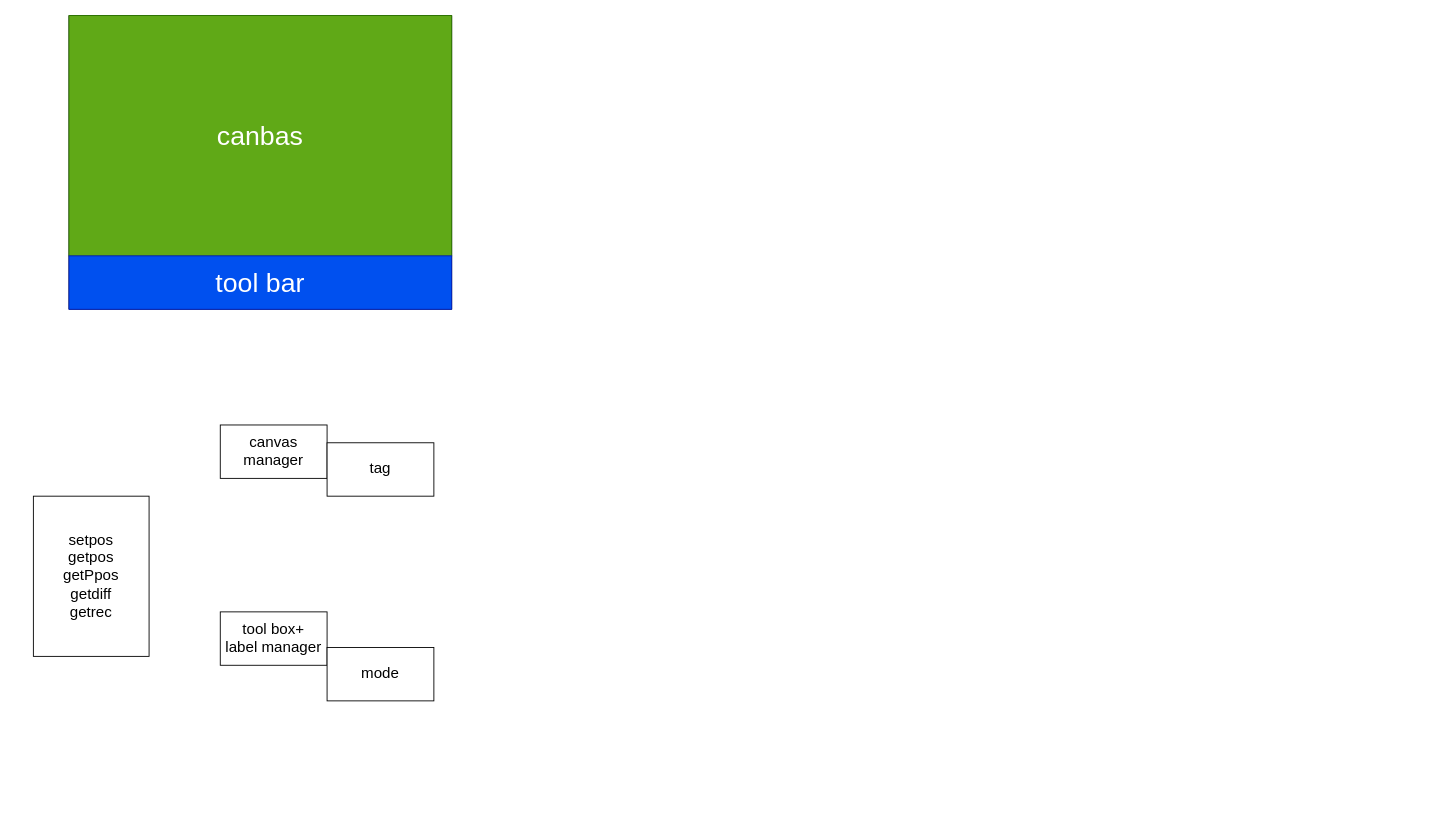
The draw.io diagram page "図形描画ソフト" (2 of 2) of UI.dio in ren255/tkShapeDrawer, before the edit. Source tidied: cells renumbered, new cells numbered last; positions are measured from the earlier drawing's top-left corner, leaving out a move shared by most shapes. Both pictures are drawn from the tidied source at 89%, with x=0, y=0 at pixel (33, 15).
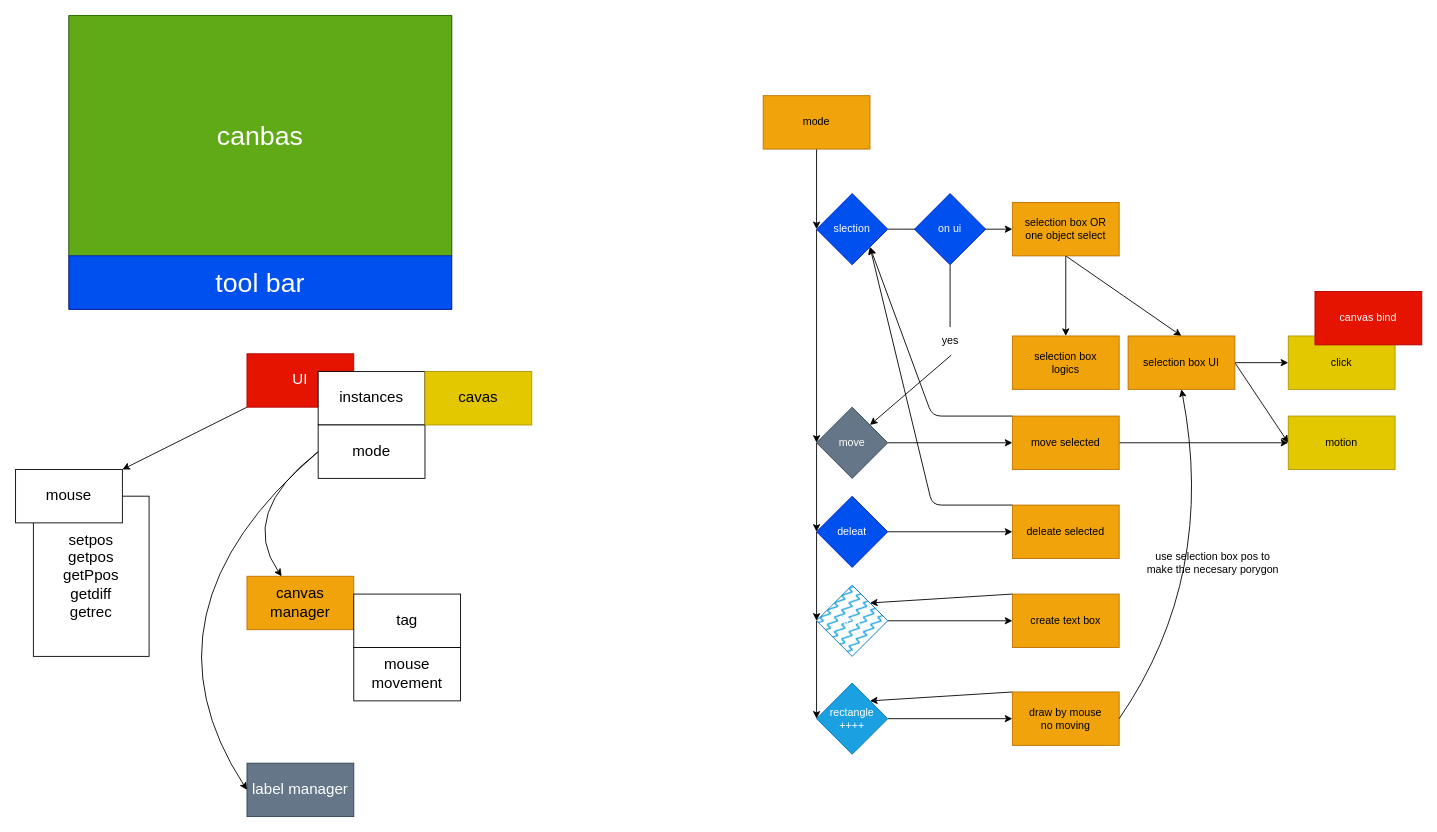
Above is the later version.

Commit message (it also covers changes not shown here):
save before implement canvas bind

Change to the diagram source:
```diff
@@
-    <mxCell id="5" value="tool box+&lt;br&gt;label manager" style="whiteSpace=wrap;html=1;fontSize=17;" parent="1" vertex="1">
-      <mxGeometry x="210" y="670" width="120" height="60" as="geometry" />
+    <mxCell id="5" value="label manager" style="whiteSpace=wrap;html=1;fontSize=17;fillColor=#647687;fontColor=#ffffff;strokeColor=#314354;" parent="1" vertex="1">
+      <mxGeometry x="240" y="840" width="120" height="60" as="geometry" />
     </mxCell>
@@
-    <mxCell id="7" value="canvas manager" style="whiteSpace=wrap;html=1;fontSize=17;" parent="1" vertex="1">
-      <mxGeometry x="210" y="460" width="120" height="60" as="geometry" />
+    <mxCell id="7" value="canvas manager" style="whiteSpace=wrap;html=1;fontSize=17;fillColor=#f0a30a;fontColor=#000000;strokeColor=#BD7000;" parent="1" vertex="1">
+      <mxGeometry x="240" y="630" width="120" height="60" as="geometry" />
     </mxCell>
+    <mxCell id="10" style="edgeStyle=none;html=1;curved=1;strokeColor=none;" parent="1" edge="1" target="7">
+      <mxGeometry relative="1" as="geometry">
+        <mxPoint x="405.6" y="880" as="sourcePoint" />
+      </mxGeometry>
+    </mxCell>
+    <mxCell id="9" value="tag" style="whiteSpace=wrap;html=1;fontSize=17;" parent="1" vertex="1">
+      <mxGeometry x="360" y="650" width="120" height="60" as="geometry" />
+    </mxCell>
+    <mxCell id="11" style="edgeStyle=none;html=1;exitX=0;exitY=1;exitDx=0;exitDy=0;entryX=1;entryY=0;entryDx=0;entryDy=0;" parent="1" edge="1" source="12" target="14">
+      <mxGeometry relative="1" as="geometry" />
+    </mxCell>
+    <mxCell id="12" value="UI" style="whiteSpace=wrap;html=1;fontSize=17;fillColor=#e51400;fontColor=#ffffff;strokeColor=#B20000;" parent="1" vertex="1">
+      <mxGeometry x="240" y="380" width="120" height="60" as="geometry" />
+    </mxCell>
+    <mxCell id="13" value="instances" style="whiteSpace=wrap;html=1;fontSize=17;" parent="1" vertex="1">
+      <mxGeometry x="320" y="400" width="120" height="60" as="geometry" />
+    </mxCell>
+    <mxCell id="14" value="mouse" style="whiteSpace=wrap;html=1;fontSize=17;" parent="1" vertex="1">
+      <mxGeometry x="-20" y="510" width="120" height="60" as="geometry" />
+    </mxCell>
+    <mxCell id="15" value="mouse movement" style="whiteSpace=wrap;html=1;fontSize=17;" parent="1" vertex="1">
+      <mxGeometry x="360" y="710" width="120" height="60" as="geometry" />
+    </mxCell>
+    <mxCell id="16" style="edgeStyle=none;html=1;exitX=0.5;exitY=1;exitDx=0;exitDy=0;entryX=0;entryY=0.5;entryDx=0;entryDy=0;" parent="1" edge="1" source="17" target="20">
+      <mxGeometry relative="1" as="geometry" />
+    </mxCell>
+    <mxCell id="17" value="mode" style="whiteSpace=wrap;html=1;fillColor=#f0a30a;fontColor=#000000;strokeColor=#BD7000;" parent="1" vertex="1">
+      <mxGeometry x="820" y="90" width="120" height="60" as="geometry" />
+    </mxCell>
+    <mxCell id="18" style="edgeStyle=none;html=1;exitX=0;exitY=0.5;exitDx=0;exitDy=0;entryX=0;entryY=0.5;entryDx=0;entryDy=0;" parent="1" edge="1" source="20" target="22">
+      <mxGeometry relative="1" as="geometry" />
+    </mxCell>
+    <mxCell id="19" style="edgeStyle=none;html=1;" parent="1" edge="1" source="20" target="36">
+      <mxGeometry relative="1" as="geometry" />
+    </mxCell>
+    <mxCell id="20" value="slection" style="rhombus;whiteSpace=wrap;html=1;fillColor=#0050ef;fontColor=#ffffff;strokeColor=#001DBC;" parent="1" vertex="1">
+      <mxGeometry x="880" y="200" width="80" height="80" as="geometry" />
+    </mxCell>
+    <mxCell id="21" style="edgeStyle=none;html=1;" parent="1" edge="1" source="22" target="39">
+      <mxGeometry relative="1" as="geometry" />
+    </mxCell>
+    <mxCell id="22" value="move" style="rhombus;whiteSpace=wrap;html=1;fillColor=#647687;fontColor=#ffffff;strokeColor=#314354;" parent="1" vertex="1">
+      <mxGeometry x="880" y="440" width="80" height="80" as="geometry" />
+    </mxCell>
+    <mxCell id="23" style="edgeStyle=none;html=1;entryX=0;entryY=0.5;entryDx=0;entryDy=0;exitX=0;exitY=0.5;exitDx=0;exitDy=0;" parent="1" edge="1" source="22" target="25">
+      <mxGeometry relative="1" as="geometry" />
+    </mxCell>
+    <mxCell id="24" style="edgeStyle=none;html=1;" parent="1" edge="1" source="25" target="41">
+      <mxGeometry relative="1" as="geometry" />
+    </mxCell>
+    <mxCell id="25" value="deleat" style="rhombus;whiteSpace=wrap;html=1;fillColor=#0050ef;fontColor=#ffffff;strokeColor=#001DBC;" parent="1" vertex="1">
+      <mxGeometry x="880" y="540" width="80" height="80" as="geometry" />
+    </mxCell>
+    <mxCell id="26" style="edgeStyle=none;html=1;entryX=0;entryY=0.5;entryDx=0;entryDy=0;exitX=0;exitY=0.5;exitDx=0;exitDy=0;" parent="1" edge="1" source="25" target="28">
+      <mxGeometry relative="1" as="geometry" />
+    </mxCell>
+    <mxCell id="27" style="edgeStyle=none;html=1;" parent="1" edge="1" source="28" target="43">
+      <mxGeometry relative="1" as="geometry" />
+    </mxCell>
+    <mxCell id="28" value="text" style="rhombus;whiteSpace=wrap;html=1;fillColor=#1ba1e2;fontColor=#ffffff;strokeColor=#006EAF;fillStyle=zigzag-line;" parent="1" vertex="1">
+      <mxGeometry x="880" y="640" width="80" height="80" as="geometry" />
+    </mxCell>
+    <mxCell id="29" style="edgeStyle=none;html=1;entryX=0;entryY=0.5;entryDx=0;entryDy=0;exitX=0;exitY=0.5;exitDx=0;exitDy=0;" parent="1" edge="1" source="28" target="31">
+      <mxGeometry relative="1" as="geometry" />
+    </mxCell>
+    <mxCell id="30" style="edgeStyle=none;html=1;" parent="1" edge="1" source="31" target="45">
+      <mxGeometry relative="1" as="geometry" />
+    </mxCell>
+    <mxCell id="31" value="rectangle&lt;br&gt;++++" style="rhombus;whiteSpace=wrap;html=1;fillColor=#1ba1e2;fontColor=#ffffff;strokeColor=#006EAF;" parent="1" vertex="1">
+      <mxGeometry x="880" y="750" width="80" height="80" as="geometry" />
+    </mxCell>
+    <mxCell id="32" style="edgeStyle=none;html=1;exitX=1;exitY=0.5;exitDx=0;exitDy=0;strokeColor=default;rounded=0;entryX=0;entryY=0.5;entryDx=0;entryDy=0;" parent="1" edge="1" source="53" target="50">
+      <mxGeometry relative="1" as="geometry" />
+    </mxCell>
+    <mxCell id="33" style="edgeStyle=none;rounded=0;html=1;exitX=1;exitY=0.5;exitDx=0;exitDy=0;entryX=0;entryY=0.5;entryDx=0;entryDy=0;strokeColor=default;" parent="1" edge="1" source="53" target="51">
+      <mxGeometry relative="1" as="geometry" />
+    </mxCell>
+    <mxCell id="34" style="edgeStyle=none;rounded=1;html=1;exitX=0.5;exitY=1;exitDx=0;exitDy=0;entryX=0.5;entryY=0;entryDx=0;entryDy=0;strokeColor=default;" parent="1" edge="1" source="36" target="54">
+      <mxGeometry relative="1" as="geometry" />
+    </mxCell>
+    <mxCell id="35" style="edgeStyle=none;rounded=1;html=1;exitX=0.5;exitY=1;exitDx=0;exitDy=0;entryX=0.5;entryY=0;entryDx=0;entryDy=0;strokeColor=default;" parent="1" edge="1" source="36" target="53">
+      <mxGeometry relative="1" as="geometry" />
+    </mxCell>
+    <mxCell id="36" value="selection box OR&lt;br&gt;one object select" style="whiteSpace=wrap;html=1;fillColor=#f0a30a;fontColor=#000000;strokeColor=#BD7000;" parent="1" vertex="1">
+      <mxGeometry x="1100" y="210" width="120" height="60" as="geometry" />
+    </mxCell>
+    <mxCell id="37" style="edgeStyle=none;rounded=1;html=1;exitX=1;exitY=0.5;exitDx=0;exitDy=0;entryX=0;entryY=0.5;entryDx=0;entryDy=0;strokeColor=default;" parent="1" edge="1" source="39" target="50">
+      <mxGeometry relative="1" as="geometry" />
+    </mxCell>
+    <mxCell id="38" style="edgeStyle=none;rounded=1;html=1;exitX=0;exitY=0;exitDx=0;exitDy=0;entryX=1;entryY=1;entryDx=0;entryDy=0;strokeColor=default;" parent="1" edge="1" source="39" target="20">
+      <mxGeometry relative="1" as="geometry">
+        <Array as="points">
+          <mxPoint x="1010" y="450" />
+        </Array>
+      </mxGeometry>
+    </mxCell>
+    <mxCell id="39" value="move selected" style="whiteSpace=wrap;html=1;fillColor=#f0a30a;fontColor=#000000;strokeColor=#BD7000;" parent="1" vertex="1">
+      <mxGeometry x="1100" y="450" width="120" height="60" as="geometry" />
+    </mxCell>
+    <mxCell id="40" style="edgeStyle=none;rounded=1;html=1;exitX=0;exitY=0;exitDx=0;exitDy=0;entryX=1;entryY=1;entryDx=0;entryDy=0;strokeColor=default;" parent="1" edge="1" source="41" target="20">
+      <mxGeometry relative="1" as="geometry">
+        <Array as="points">
+          <mxPoint x="1010" y="550" />
+        </Array>
+      </mxGeometry>
+    </mxCell>
+    <mxCell id="41" value="deleate selected" style="whiteSpace=wrap;html=1;fillColor=#f0a30a;fontColor=#000000;strokeColor=#BD7000;" parent="1" vertex="1">
+      <mxGeometry x="1100" y="550" width="120" height="60" as="geometry" />
+    </mxCell>
+    <mxCell id="42" style="edgeStyle=none;rounded=1;html=1;exitX=0;exitY=0;exitDx=0;exitDy=0;entryX=1;entryY=0;entryDx=0;entryDy=0;strokeColor=default;" parent="1" edge="1" source="43" target="28">
+      <mxGeometry relative="1" as="geometry" />
+    </mxCell>
+    <mxCell id="43" value="create text box" style="whiteSpace=wrap;html=1;fillColor=#f0a30a;fontColor=#000000;strokeColor=#BD7000;" parent="1" vertex="1">
+      <mxGeometry x="1100" y="650" width="120" height="60" as="geometry" />
+    </mxCell>
+    <mxCell id="44" style="edgeStyle=none;rounded=1;html=1;exitX=0;exitY=0;exitDx=0;exitDy=0;entryX=1;entryY=0;entryDx=0;entryDy=0;strokeColor=default;" parent="1" edge="1" source="45" target="31">
+      <mxGeometry relative="1" as="geometry" />
+    </mxCell>
+    <mxCell id="45" value="draw by mouse&lt;br&gt;no moving" style="whiteSpace=wrap;html=1;fillColor=#f0a30a;fontColor=#000000;strokeColor=#BD7000;" parent="1" vertex="1">
+      <mxGeometry x="1100" y="760" width="120" height="60" as="geometry" />
+    </mxCell>
+    <mxCell id="46" style="edgeStyle=none;curved=1;html=1;strokeColor=default;entryX=0.5;entryY=1;entryDx=0;entryDy=0;exitX=1;exitY=0.5;exitDx=0;exitDy=0;" parent="1" edge="1" source="45" target="53">
+      <mxGeometry relative="1" as="geometry">
+        <Array as="points">
+          <mxPoint x="1330" y="630" />
+        </Array>
+      </mxGeometry>
+    </mxCell>
+    <mxCell id="47" style="edgeStyle=none;curved=1;html=1;exitX=0;exitY=0.5;exitDx=0;exitDy=0;strokeColor=default;" parent="1" edge="1" source="8" target="7">
+      <mxGeometry relative="1" as="geometry">
+        <Array as="points">
+          <mxPoint x="230" y="560" />
+        </Array>
+      </mxGeometry>
+    </mxCell>
+    <mxCell id="48" style="edgeStyle=none;curved=1;html=1;exitX=0;exitY=0.5;exitDx=0;exitDy=0;entryX=0;entryY=0.5;entryDx=0;entryDy=0;strokeColor=default;" parent="1" edge="1" source="8" target="5">
+      <mxGeometry relative="1" as="geometry">
+        <Array as="points">
+          <mxPoint x="110" y="670" />
+        </Array>
+      </mxGeometry>
+    </mxCell>
     <mxCell id="8" value="mode" style="whiteSpace=wrap;html=1;fontSize=17;" parent="1" vertex="1">
-      <mxGeometry x="330" y="710" width="120" height="60" as="geometry" />
+      <mxGeometry x="320" y="460" width="120" height="60" as="geometry" />
     </mxCell>
-    <mxCell id="9" value="tag" style="whiteSpace=wrap;html=1;fontSize=17;" parent="1" vertex="1">
-      <mxGeometry x="330" y="480" width="120" height="60" as="geometry" />
-    </mxCell>
+    <mxCell id="49" value="cavas" style="whiteSpace=wrap;html=1;fontSize=17;fillColor=#e3c800;fontColor=#000000;strokeColor=#B09500;" parent="1" vertex="1">
+      <mxGeometry x="440" y="400" width="120" height="60" as="geometry" />
+    </mxCell>
+    <mxCell id="50" value="motion" style="whiteSpace=wrap;html=1;fillStyle=auto;fillColor=#e3c800;fontColor=#000000;strokeColor=#B09500;" parent="1" vertex="1">
+      <mxGeometry x="1410" y="450" width="120" height="60" as="geometry" />
+    </mxCell>
+    <mxCell id="51" value="click" style="whiteSpace=wrap;html=1;fillStyle=auto;fillColor=#e3c800;fontColor=#000000;strokeColor=#B09500;" parent="1" vertex="1">
+      <mxGeometry x="1410" y="360" width="120" height="60" as="geometry" />
+    </mxCell>
+    <mxCell id="52" value="canvas bind" style="whiteSpace=wrap;html=1;fillColor=#e51400;fontColor=#ffffff;strokeColor=#B20000;" parent="1" vertex="1">
+      <mxGeometry x="1440" y="310" width="120" height="60" as="geometry" />
+    </mxCell>
+    <mxCell id="53" value="selection box UI" style="whiteSpace=wrap;html=1;fillColor=#f0a30a;fontColor=#000000;strokeColor=#BD7000;" parent="1" vertex="1">
+      <mxGeometry x="1230" y="360" width="120" height="60" as="geometry" />
+    </mxCell>
+    <mxCell id="54" value="selection box&lt;br&gt;logics" style="whiteSpace=wrap;html=1;fillColor=#f0a30a;fontColor=#000000;strokeColor=#BD7000;" parent="1" vertex="1">
+      <mxGeometry x="1100" y="360" width="120" height="60" as="geometry" />
+    </mxCell>
+    <mxCell id="55" style="edgeStyle=none;rounded=1;html=1;exitX=0.536;exitY=1.048;exitDx=0;exitDy=0;strokeColor=default;startArrow=none;exitPerimeter=0;entryX=1;entryY=0;entryDx=0;entryDy=0;" parent="1" edge="1" source="58" target="22">
+      <mxGeometry relative="1" as="geometry" />
+    </mxCell>
+    <mxCell id="56" value="on ui" style="rhombus;whiteSpace=wrap;html=1;fillColor=#0050ef;fontColor=#ffffff;strokeColor=#001DBC;" parent="1" vertex="1">
+      <mxGeometry x="990" y="200" width="80" height="80" as="geometry" />
+    </mxCell>
+    <mxCell id="57" style="edgeStyle=none;rounded=1;html=1;exitX=0.5;exitY=1;exitDx=0;exitDy=0;entryX=0.5;entryY=0;entryDx=0;entryDy=0;strokeColor=default;endArrow=none;" parent="1" edge="1" source="56" target="58">
+      <mxGeometry relative="1" as="geometry" />
+    </mxCell>
+    <mxCell id="58" value="yes" style="text;html=1;align=center;verticalAlign=middle;points=[];strokeColor=none;fillColor=none;" parent="1" vertex="1">
+      <mxGeometry x="1010" y="350" width="40" height="30" as="geometry" />
+    </mxCell>
+    <mxCell id="59" value="use selection box pos to &lt;br&gt;make the necesary porygon" style="text;html=1;align=center;verticalAlign=middle;strokeColor=none;fillColor=none;" parent="1" vertex="1">
+      <mxGeometry x="1240" y="595" width="170" height="40" as="geometry" />
+    </mxCell>
```
